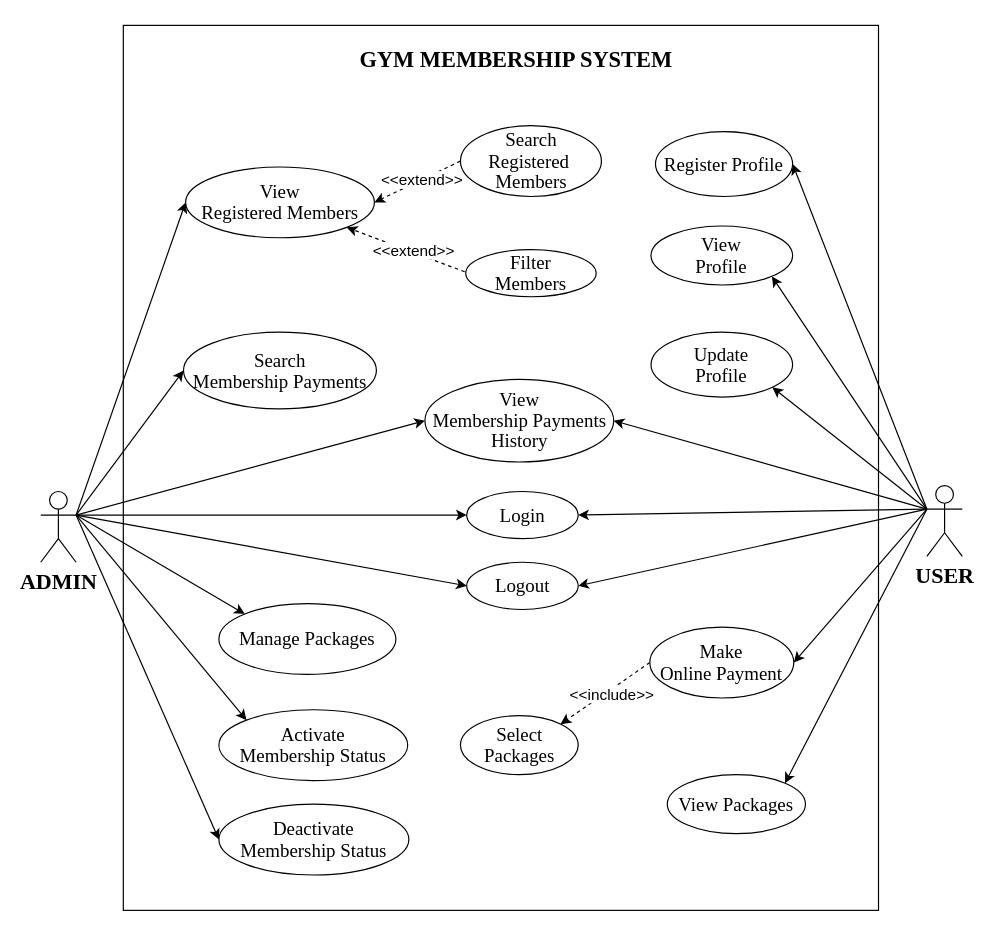
Before: Use Case Gym_Membership.drawio in AbeSoll/Draw.io, a draw.io diagram. Source tidied: cells renumbered, new cells numbered last; positions are measured from the earlier drawing's top-left corner, leaving out a move shared by most shapes. Both pictures are drawn from the tidied source at 118%, with x=0, y=0 at pixel (40, 25).
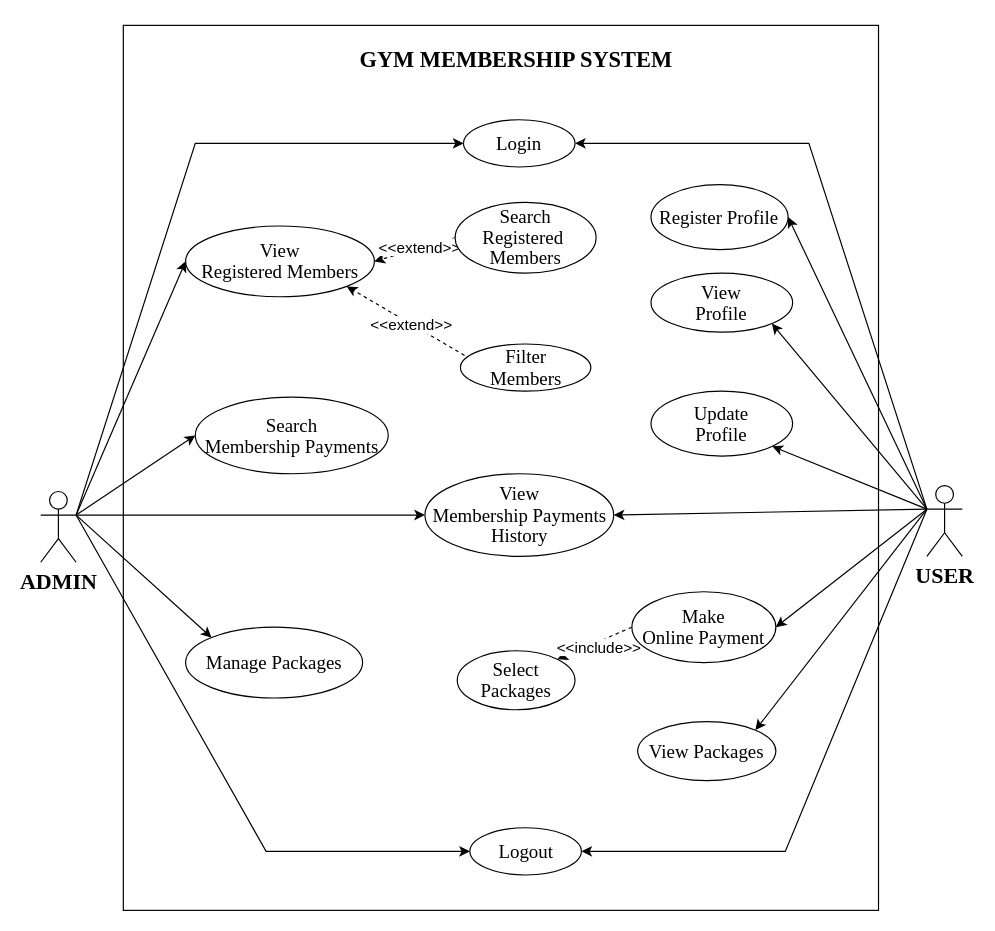
The same diagram, later.

The change refers to these unchanged cells:
```xml
<mxCell id="11" value="&lt;b&gt;&lt;span style=&quot;font-size: 14pt; line-height: 107%; font-family: &amp;quot;Times New Roman&amp;quot;, serif;&quot;&gt;ADMIN&lt;/span&gt;&lt;/b&gt;" style="shape=umlActor;verticalLabelPosition=bottom;verticalAlign=top;html=1;outlineConnect=0;" parent="1" vertex="1">
  <mxGeometry y="395" width="30" height="60" as="geometry" />
</mxCell>
<mxCell id="20" value="&lt;b&gt;&lt;span style=&quot;font-size: 14pt; line-height: 107%; font-family: &amp;quot;Times New Roman&amp;quot;, serif;&quot;&gt;USER&lt;/span&gt;&lt;/b&gt;" style="shape=umlActor;verticalLabelPosition=bottom;verticalAlign=top;html=1;outlineConnect=0;" parent="1" vertex="1">
  <mxGeometry x="751" y="390" width="30" height="60" as="geometry" />
</mxCell>
```

The edit, as a diff of the source:
```diff
@@
     <mxCell id="6" style="rounded=0;jettySize=auto;html=1;exitX=1;exitY=0.3333333333333333;exitDx=0;exitDy=0;exitPerimeter=0;entryX=0;entryY=0.5;entryDx=0;entryDy=0;" parent="1" edge="1" source="11" target="34">
-      <mxGeometry relative="1" as="geometry" />
+      <mxGeometry relative="1" as="geometry">
+        <Array as="points">
+          <mxPoint x="131" y="100" />
+        </Array>
+      </mxGeometry>
     </mxCell>
     <mxCell id="7" style="rounded=0;jettySize=auto;html=1;exitX=1;exitY=0.3333333333333333;exitDx=0;exitDy=0;exitPerimeter=0;entryX=0;entryY=0.5;entryDx=0;entryDy=0;" parent="1" edge="1" source="11" target="43">
-      <mxGeometry relative="1" as="geometry" />
+      <mxGeometry relative="1" as="geometry">
+        <Array as="points">
+          <mxPoint x="191" y="700" />
+        </Array>
+      </mxGeometry>
     </mxCell>
-    <mxCell id="8" style="rounded=0;jettySize=auto;html=1;exitX=1;exitY=0.3333333333333333;exitDx=0;exitDy=0;exitPerimeter=0;entryX=0;entryY=0;entryDx=0;entryDy=0;" parent="1" edge="1" source="11" target="41">
-      <mxGeometry relative="1" as="geometry" />
-    </mxCell>
-    <mxCell id="9" style="rounded=0;jettySize=auto;html=1;exitX=1;exitY=0.3333333333333333;exitDx=0;exitDy=0;exitPerimeter=0;entryX=0;entryY=0.5;entryDx=0;entryDy=0;" parent="1" edge="1" source="11" target="42">
-      <mxGeometry relative="1" as="geometry" />
-    </mxCell>
@@
     <mxCell id="16" style="rounded=0;jettySize=auto;html=1;exitX=0;exitY=0.3333333333333333;exitDx=0;exitDy=0;exitPerimeter=0;entryX=1;entryY=0.5;entryDx=0;entryDy=0;" parent="1" edge="1" source="20" target="34">
-      <mxGeometry relative="1" as="geometry" />
+      <mxGeometry relative="1" as="geometry">
+        <Array as="points">
+          <mxPoint x="651" y="100" />
+        </Array>
+      </mxGeometry>
     </mxCell>
@@
     <mxCell id="18" style="rounded=0;jettySize=auto;html=1;exitX=0;exitY=0.3333333333333333;exitDx=0;exitDy=0;exitPerimeter=0;entryX=1;entryY=0.5;entryDx=0;entryDy=0;" parent="1" edge="1" source="20" target="43">
-      <mxGeometry relative="1" as="geometry" />
+      <mxGeometry relative="1" as="geometry">
+        <Array as="points">
+          <mxPoint x="631" y="700" />
+        </Array>
+      </mxGeometry>
     </mxCell>
@@
     <mxCell id="22" value="&lt;span style=&quot;font-size: 12pt; line-height: 107%; font-family: &amp;quot;Times New Roman&amp;quot;, serif;&quot;&gt;Register Profile&lt;/span&gt;" style="ellipse;whiteSpace=wrap;html=1;" parent="1" vertex="1">
-      <mxGeometry x="521" y="90" width="116.2" height="55" as="geometry" />
+      <mxGeometry x="517.2" y="135" width="116.2" height="55" as="geometry" />
     </mxCell>
     <mxCell id="23" value="&lt;span style=&quot;font-size: 12pt; line-height: 107%; font-family: &amp;quot;Times New Roman&amp;quot;, serif;&quot;&gt;View&lt;br/&gt;Registered Members&lt;/span&gt;" style="ellipse;whiteSpace=wrap;html=1;" parent="1" vertex="1">
-      <mxGeometry x="122.8" y="120" width="160" height="60" as="geometry" />
+      <mxGeometry x="122.8" y="170" width="160" height="60" as="geometry" />
     </mxCell>
@@
     <mxCell id="26" value="&lt;span style=&quot;font-size: 12pt; line-height: 107%; font-family: &amp;quot;Times New Roman&amp;quot;, serif;&quot;&gt;Search&lt;br&gt;Registered&amp;nbsp;&lt;/span&gt;&lt;div&gt;&lt;span style=&quot;font-size: 12pt; line-height: 107%; font-family: &amp;quot;Times New Roman&amp;quot;, serif;&quot;&gt;Members&lt;/span&gt;&lt;/div&gt;" style="ellipse;whiteSpace=wrap;html=1;" parent="1" vertex="1">
-      <mxGeometry x="355.7" y="85" width="119.5" height="60" as="geometry" />
+      <mxGeometry x="351.2" y="150" width="119.5" height="60" as="geometry" />
     </mxCell>
@@
     <mxCell id="29" value="&lt;span class=&quot;custom-cursor-default-hover&quot; style=&quot;font-size: 12pt; line-height: 107%; font-family: &amp;quot;Times New Roman&amp;quot;, serif;&quot;&gt;Filter&lt;br&gt;Members&lt;/span&gt;" style="ellipse;whiteSpace=wrap;html=1;" parent="1" vertex="1">
-      <mxGeometry x="360.2" y="190" width="110.5" height="40" as="geometry" />
+      <mxGeometry x="355.7" y="270" width="110.5" height="40" as="geometry" />
     </mxCell>
     <mxCell id="30" value="&lt;span style=&quot;font-size: 12pt; line-height: 107%; font-family: &amp;quot;Times New Roman&amp;quot;, serif;&quot;&gt;View&lt;br&gt;Membership Payments History&lt;/span&gt;" style="ellipse;whiteSpace=wrap;html=1;" parent="1" vertex="1">
-      <mxGeometry x="325.6" y="300" width="160" height="70" as="geometry" />
+      <mxGeometry x="325.6" y="380" width="160" height="70" as="geometry" />
     </mxCell>
     <mxCell id="31" value="&lt;span style=&quot;font-size: 12pt; line-height: 107%; font-family: &amp;quot;Times New Roman&amp;quot;, serif;&quot;&gt;Search&lt;br&gt;Membership Payments&lt;/span&gt;" style="ellipse;whiteSpace=wrap;html=1;" parent="1" vertex="1">
-      <mxGeometry x="121" y="260" width="163.5" height="65" as="geometry" />
+      <mxGeometry x="131" y="315" width="163.5" height="65" as="geometry" />
     </mxCell>
     <mxCell id="32" value="&lt;font face=&quot;Times New Roman, serif&quot;&gt;&lt;span style=&quot;font-size: 16px;&quot;&gt;Manage Packages&lt;/span&gt;&lt;/font&gt;" style="ellipse;whiteSpace=wrap;html=1;" parent="1" vertex="1">
-      <mxGeometry x="151" y="490" width="150" height="60" as="geometry" />
+      <mxGeometry x="122.8" y="510" width="150" height="60" as="geometry" />
     </mxCell>
     <mxCell id="33" value="&lt;span style=&quot;font-size: 12pt; line-height: 107%; font-family: &amp;quot;Times New Roman&amp;quot;, serif;&quot;&gt;View&lt;br/&gt;Profile&lt;/span&gt;" style="ellipse;whiteSpace=wrap;html=1;" parent="1" vertex="1">
-      <mxGeometry x="517.2" y="170" width="120" height="50" as="geometry" />
+      <mxGeometry x="517.2" y="210" width="120" height="50" as="geometry" />
     </mxCell>
     <mxCell id="34" value="&lt;span style=&quot;font-size: 12pt; line-height: 107%; font-family: &amp;quot;Times New Roman&amp;quot;, serif;&quot;&gt;Login&lt;/span&gt;" style="ellipse;whiteSpace=wrap;html=1;" parent="1" vertex="1">
-      <mxGeometry x="361" y="395" width="94.5" height="40" as="geometry" />
+      <mxGeometry x="358.3" y="80" width="94.5" height="40" as="geometry" />
     </mxCell>
     <mxCell id="35" value="&lt;span style=&quot;font-size: 12pt; line-height: 107%; font-family: &amp;quot;Times New Roman&amp;quot;, serif;&quot;&gt;Update&lt;br/&gt;Profile&lt;/span&gt;" style="ellipse;whiteSpace=wrap;html=1;" parent="1" vertex="1">
-      <mxGeometry x="517.2" y="260" width="120" height="55" as="geometry" />
+      <mxGeometry x="517.2" y="310" width="120" height="55" as="geometry" />
     </mxCell>
     <mxCell id="36" value="&lt;span style=&quot;font-size: 12pt; line-height: 107%; font-family: &amp;quot;Times New Roman&amp;quot;, serif;&quot;&gt;Select&lt;br/&gt;Packages&lt;/span&gt;" style="ellipse;whiteSpace=wrap;html=1;" parent="1" vertex="1">
-      <mxGeometry x="355.7" y="585" width="99.8" height="50" as="geometry" />
+      <mxGeometry x="353" y="530" width="99.8" height="50" as="geometry" />
     </mxCell>
@@
     <mxCell id="39" value="&lt;span style=&quot;font-size: 12pt; line-height: 107%; font-family: &amp;quot;Times New Roman&amp;quot;, serif;&quot;&gt;Make&lt;br/&gt;Online Payment&lt;/span&gt;" style="ellipse;whiteSpace=wrap;html=1;" parent="1" vertex="1">
-      <mxGeometry x="516.2" y="510" width="122" height="60" as="geometry" />
+      <mxGeometry x="501" y="480" width="122" height="60" as="geometry" />
     </mxCell>
     <mxCell id="40" value="&lt;font face=&quot;Times New Roman, serif&quot;&gt;&lt;span class=&quot;custom-cursor-default-hover&quot; style=&quot;font-size: 16px;&quot;&gt;View Packages&lt;/span&gt;&lt;/font&gt;" style="ellipse;whiteSpace=wrap;html=1;" parent="1" vertex="1">
-      <mxGeometry x="531" y="635" width="117.1" height="50" as="geometry" />
+      <mxGeometry x="505.9" y="590" width="117.1" height="50" as="geometry" />
     </mxCell>
-    <mxCell id="41" value="&lt;span style=&quot;font-size: 12pt; line-height: 107%; font-family: &amp;quot;Times New Roman&amp;quot;, serif;&quot;&gt;Activate&lt;br/&gt;Membership Status&lt;/span&gt;" style="ellipse;whiteSpace=wrap;html=1;" parent="1" vertex="1">
-      <mxGeometry x="151" y="580" width="160" height="60" as="geometry" />
-    </mxCell>
-    <mxCell id="42" value="&lt;span style=&quot;font-size: 12pt; line-height: 107%; font-family: &amp;quot;Times New Roman&amp;quot;, serif;&quot;&gt;Deactivate&lt;br&gt;Membership Status&lt;/span&gt;" style="ellipse;whiteSpace=wrap;html=1;" parent="1" vertex="1">
-      <mxGeometry x="151" y="660" width="161" height="60" as="geometry" />
-    </mxCell>
     <mxCell id="43" value="&lt;span style=&quot;font-size: 12pt; line-height: 107%; font-family: &amp;quot;Times New Roman&amp;quot;, serif;&quot;&gt;Logout&lt;/span&gt;" style="ellipse;whiteSpace=wrap;html=1;" parent="1" vertex="1">
-      <mxGeometry x="361" y="455" width="94.5" height="40" as="geometry" />
+      <mxGeometry x="363.7" y="680" width="94.5" height="40" as="geometry" />
     </mxCell>
```
